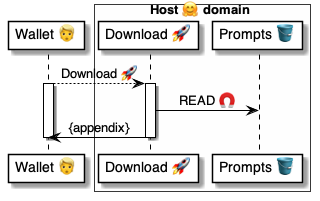
This is 4 ⚙️ Solution/41 🎭 Domain Roles/Hosts 🤗/🤗📨 Host msgs/Download 🧑‍🦰🚀🤗/🤗 Download ⚙️ uml.png from pollyweb-org/pollyweb-docs, a PlantUML export, as it was before one commit. Its source is kept beside it as 4 ⚙️ Solution/41 🎭 Domain Roles/Hosts 🤗/🤗📨 Host msgs/Download 🧑‍🦰🚀🤗/🤗 Download ⚙️ uml.puml.
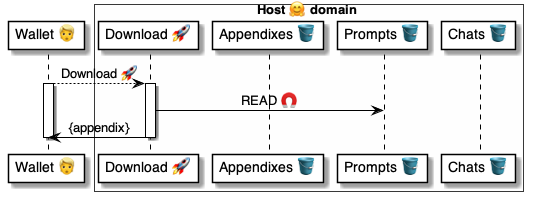
The same diagram one commit later.

Change to the diagram source:
```diff
@@ -3,7 +3,9 @@
 participant "Wallet 👱" as wallet
 box Host 🤗 domain #FFFFFD
     participant "Download 🚀" as handler
+    participant "Appendixes 🪣" as appendixes
     participant "Prompts 🪣" as prompts
+    participant "Chats 🪣" as chats
 end box
 
 wallet --> handler: Download 🚀
```
